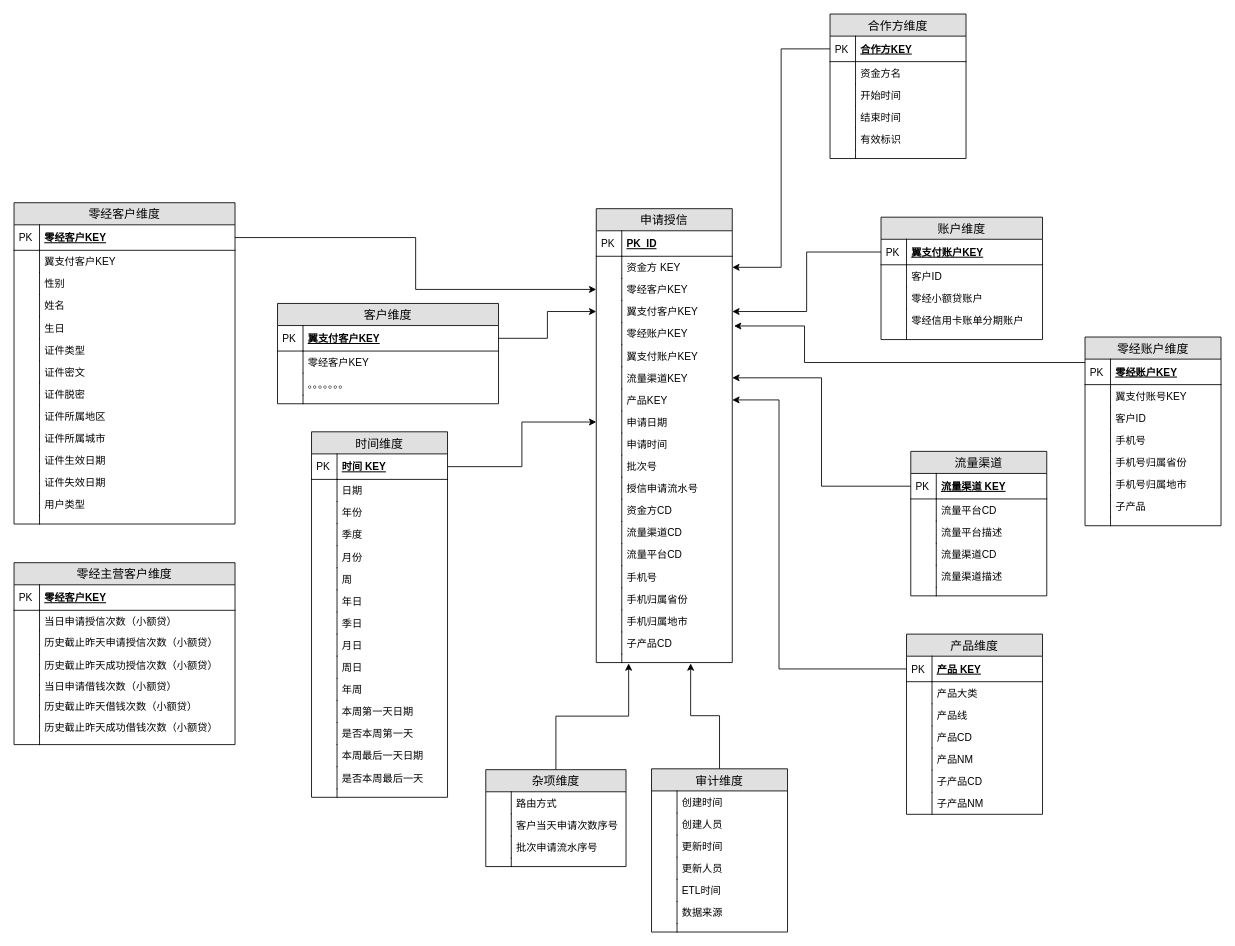
This is page "申请授信" (1 of 2) of 授信域.drawio from CarryNi/Orange, a draw.io file, before an edit. Source tidied: cells renumbered, new cells numbered last; positions are measured from the earlier drawing's top-left corner, leaving out a move shared by most shapes. Both pictures are drawn from the tidied source at 85%, with x=0, y=0 at pixel (14, 14).
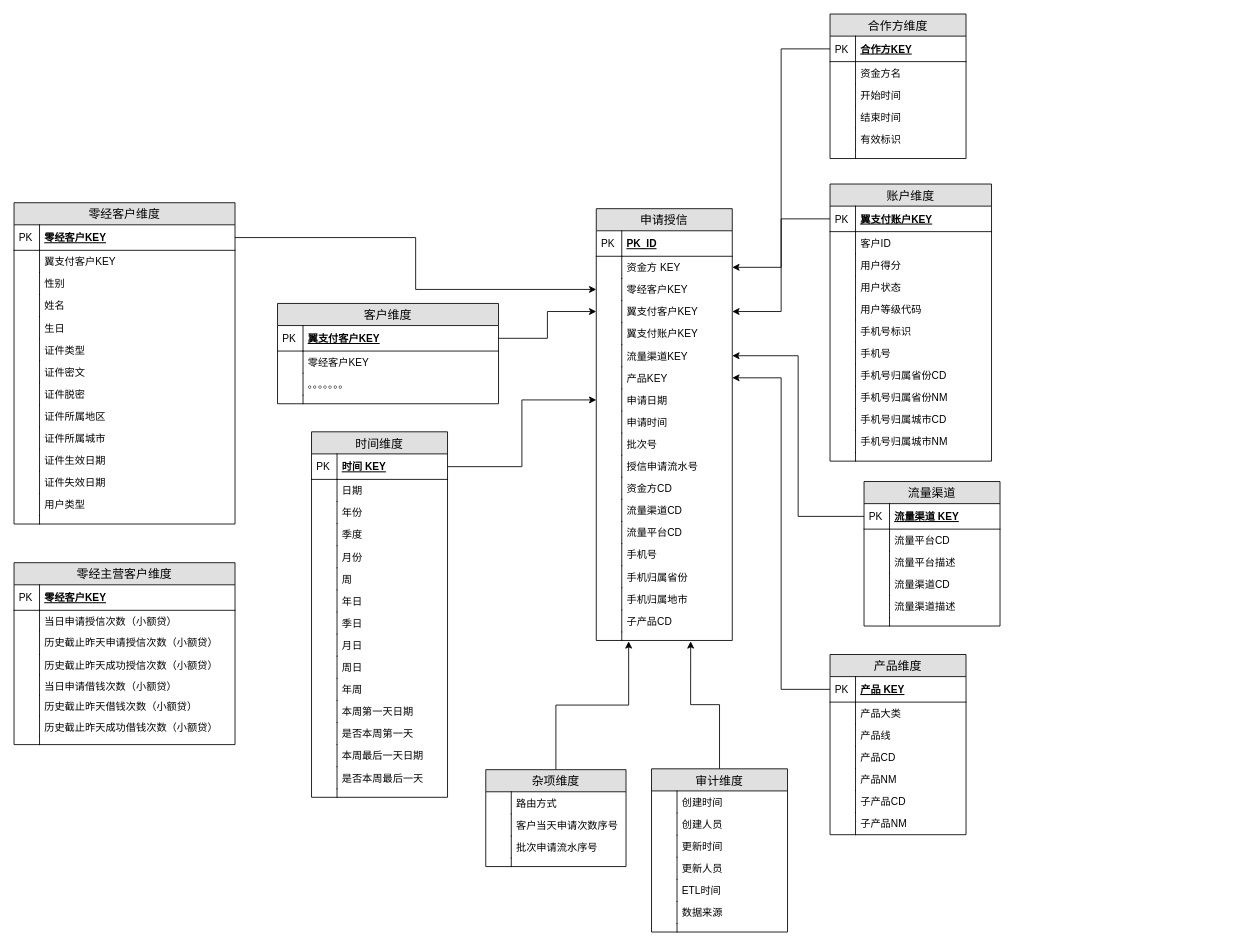
The same page after the edit.

The change refers to these unchanged cells:
```xml
<mxCell id="219" value="产品 KEY" style="shape=partialRectangle;top=0;left=0;right=0;bottom=1;align=left;verticalAlign=middle;fillColor=none;spacingLeft=34;spacingRight=4;overflow=hidden;points=[[0,0.5],[1,0.5]];portConstraint=eastwest;fontStyle=5;fontSize=12;" parent="218" vertex="1">
  <mxGeometry y="26" width="160" height="30" as="geometry" />
</mxCell>
```

Diff of the diagram source:
```diff
@@
     <mxCell id="2" value="申请授信" style="swimlane;fontStyle=0;horizontal=1;startSize=26;fillColor=#e0e0e0;swimlaneFillColor=#ffffff;align=center;fontSize=14;" parent="1" vertex="1">
-      <mxGeometry x="685" y="229" width="160" height="534" as="geometry" />
+      <mxGeometry x="685" y="229" width="160" height="508" as="geometry" />
     </mxCell>
@@
-    <mxCell id="11" value="零经账户KEY" style="shape=partialRectangle;top=0;left=0;right=0;bottom=0;align=left;verticalAlign=top;fillColor=none;spacingLeft=34;spacingRight=4;overflow=hidden;points=[[0,0.5],[1,0.5]];portConstraint=eastwest;fontSize=12;" parent="2" vertex="1">
-      <mxGeometry y="134" width="160" height="26" as="geometry" />
-    </mxCell>
-    <mxCell id="12" style="shape=partialRectangle;top=0;left=0;bottom=0;fillColor=none;align=left;verticalAlign=top;spacingLeft=4;spacingRight=4;overflow=hidden;fontSize=12;" parent="11" vertex="1">
-      <mxGeometry width="30" height="26" as="geometry" />
-    </mxCell>
     <mxCell id="13" value="翼支付账户KEY" style="shape=partialRectangle;top=0;left=0;right=0;bottom=0;align=left;verticalAlign=top;fillColor=none;spacingLeft=34;spacingRight=4;overflow=hidden;fontSize=12;" parent="2" vertex="1">
-      <mxGeometry y="160" width="160" height="26" as="geometry" />
+      <mxGeometry y="134" width="160" height="26" as="geometry" />
     </mxCell>
@@
     <mxCell id="15" value="流量渠道KEY" style="shape=partialRectangle;top=0;left=0;right=0;bottom=0;align=left;verticalAlign=top;fillColor=none;spacingLeft=34;spacingRight=4;overflow=hidden;points=[[0,0.5],[1,0.5]];portConstraint=eastwest;fontSize=12;" parent="2" vertex="1">
-      <mxGeometry y="186" width="160" height="26" as="geometry" />
+      <mxGeometry y="160" width="160" height="26" as="geometry" />
     </mxCell>
@@
     <mxCell id="17" value="产品KEY" style="shape=partialRectangle;top=0;left=0;right=0;bottom=0;align=left;verticalAlign=top;fillColor=none;spacingLeft=34;spacingRight=4;overflow=hidden;points=[[0,0.5],[1,0.5]];portConstraint=eastwest;fontSize=12;" parent="2" vertex="1">
-      <mxGeometry y="212" width="160" height="26" as="geometry" />
+      <mxGeometry y="186" width="160" height="26" as="geometry" />
     </mxCell>
@@
     <mxCell id="19" value="申请日期" style="shape=partialRectangle;top=0;left=0;right=0;bottom=0;align=left;verticalAlign=top;fillColor=none;spacingLeft=34;spacingRight=4;overflow=hidden;points=[[0,0.5],[1,0.5]];portConstraint=eastwest;fontSize=12;" parent="2" vertex="1">
-      <mxGeometry y="238" width="160" height="26" as="geometry" />
+      <mxGeometry y="212" width="160" height="26" as="geometry" />
     </mxCell>
@@
     <mxCell id="21" value="申请时间" style="shape=partialRectangle;top=0;left=0;right=0;bottom=0;align=left;verticalAlign=top;fillColor=none;spacingLeft=34;spacingRight=4;overflow=hidden;fontSize=12;" parent="2" vertex="1">
-      <mxGeometry y="264" width="160" height="26" as="geometry" />
+      <mxGeometry y="238" width="160" height="26" as="geometry" />
     </mxCell>
@@
     <mxCell id="23" value="批次号" style="shape=partialRectangle;top=0;left=0;right=0;bottom=0;align=left;verticalAlign=top;fillColor=none;spacingLeft=34;spacingRight=4;overflow=hidden;fontSize=12;" parent="2" vertex="1">
-      <mxGeometry y="290" width="160" height="26" as="geometry" />
+      <mxGeometry y="264" width="160" height="26" as="geometry" />
     </mxCell>
@@
     <mxCell id="25" value="授信申请流水号" style="shape=partialRectangle;top=0;left=0;right=0;bottom=0;align=left;verticalAlign=top;fillColor=none;spacingLeft=34;spacingRight=4;overflow=hidden;fontSize=12;" parent="2" vertex="1">
-      <mxGeometry y="316" width="160" height="26" as="geometry" />
+      <mxGeometry y="290" width="160" height="26" as="geometry" />
     </mxCell>
@@
     <mxCell id="27" value="资金方CD" style="shape=partialRectangle;top=0;left=0;right=0;bottom=0;align=left;verticalAlign=top;fillColor=none;spacingLeft=34;spacingRight=4;overflow=hidden;fontSize=12;" parent="2" vertex="1">
-      <mxGeometry y="342" width="160" height="26" as="geometry" />
+      <mxGeometry y="316" width="160" height="26" as="geometry" />
     </mxCell>
@@
     <mxCell id="29" value="流量渠道CD" style="shape=partialRectangle;top=0;left=0;right=0;bottom=0;align=left;verticalAlign=top;fillColor=none;spacingLeft=34;spacingRight=4;overflow=hidden;fontSize=12;" parent="2" vertex="1">
-      <mxGeometry y="368" width="160" height="26" as="geometry" />
+      <mxGeometry y="342" width="160" height="26" as="geometry" />
     </mxCell>
@@
     <mxCell id="31" value="流量平台CD" style="shape=partialRectangle;top=0;left=0;right=0;bottom=0;align=left;verticalAlign=top;fillColor=none;spacingLeft=34;spacingRight=4;overflow=hidden;fontSize=12;" parent="2" vertex="1">
-      <mxGeometry y="394" width="160" height="26" as="geometry" />
+      <mxGeometry y="368" width="160" height="26" as="geometry" />
     </mxCell>
@@
     <mxCell id="33" value="手机号" style="shape=partialRectangle;top=0;left=0;right=0;bottom=0;align=left;verticalAlign=top;fillColor=none;spacingLeft=34;spacingRight=4;overflow=hidden;fontSize=12;" parent="2" vertex="1">
-      <mxGeometry y="420" width="160" height="26" as="geometry" />
+      <mxGeometry y="394" width="160" height="26" as="geometry" />
     </mxCell>
@@
     <mxCell id="35" value="手机归属省份" style="shape=partialRectangle;top=0;left=0;right=0;bottom=0;align=left;verticalAlign=top;fillColor=none;spacingLeft=34;spacingRight=4;overflow=hidden;fontSize=12;" parent="2" vertex="1">
-      <mxGeometry y="446" width="160" height="26" as="geometry" />
+      <mxGeometry y="420" width="160" height="26" as="geometry" />
     </mxCell>
@@
     <mxCell id="37" value="手机归属地市" style="shape=partialRectangle;top=0;left=0;right=0;bottom=0;align=left;verticalAlign=top;fillColor=none;spacingLeft=34;spacingRight=4;overflow=hidden;fontSize=12;" parent="2" vertex="1">
-      <mxGeometry y="472" width="160" height="26" as="geometry" />
+      <mxGeometry y="446" width="160" height="26" as="geometry" />
     </mxCell>
@@
     <mxCell id="39" value="子产品CD" style="shape=partialRectangle;top=0;left=0;right=0;bottom=0;align=left;verticalAlign=top;fillColor=none;spacingLeft=34;spacingRight=4;overflow=hidden;fontSize=12;" parent="2" vertex="1">
-      <mxGeometry y="498" width="160" height="26" as="geometry" />
+      <mxGeometry y="472" width="160" height="26" as="geometry" />
     </mxCell>
@@
     <mxCell id="41" style="shape=partialRectangle;top=0;left=0;right=0;bottom=0;align=left;verticalAlign=top;fillColor=none;spacingLeft=34;spacingRight=4;overflow=hidden;points=[[0,0.5],[1,0.5]];portConstraint=eastwest;fontSize=12;" parent="2" vertex="1">
-      <mxGeometry y="524" width="160" height="10" as="geometry" />
+      <mxGeometry y="498" width="160" height="10" as="geometry" />
     </mxCell>
@@
-    <mxCell id="105" value="零经账户维度" style="swimlane;fontStyle=0;horizontal=1;startSize=26;fillColor=#e0e0e0;swimlaneFillColor=#ffffff;align=center;fontSize=14;" parent="1" vertex="1">
-      <mxGeometry x="1260" y="380" width="160" height="222" as="geometry" />
-    </mxCell>
-    <mxCell id="106" value="零经账户KEY" style="shape=partialRectangle;top=0;left=0;right=0;bottom=1;align=left;verticalAlign=middle;fillColor=none;spacingLeft=34;spacingRight=4;overflow=hidden;points=[[0,0.5],[1,0.5]];portConstraint=eastwest;fontStyle=5;fontSize=12;" parent="105" vertex="1">
-      <mxGeometry y="26" width="160" height="30" as="geometry" />
-    </mxCell>
-    <mxCell id="107" value="PK" style="shape=partialRectangle;top=0;left=0;bottom=0;fillColor=none;align=left;verticalAlign=middle;spacingLeft=4;spacingRight=4;overflow=hidden;fontSize=12;" parent="106" vertex="1">
-      <mxGeometry width="30" height="30" as="geometry" />
-    </mxCell>
-    <mxCell id="108" value="翼支付账号KEY" style="shape=partialRectangle;top=0;left=0;right=0;bottom=0;align=left;verticalAlign=top;fillColor=none;spacingLeft=34;spacingRight=4;overflow=hidden;fontSize=12;" parent="105" vertex="1">
-      <mxGeometry y="56" width="160" height="26" as="geometry" />
-    </mxCell>
-    <mxCell id="109" style="shape=partialRectangle;top=0;left=0;bottom=0;fillColor=none;align=left;verticalAlign=top;spacingLeft=4;spacingRight=4;overflow=hidden;fontSize=12;" parent="108" vertex="1">
-      <mxGeometry width="30" height="26" as="geometry" />
-    </mxCell>
-    <mxCell id="110" value="客户ID" style="shape=partialRectangle;top=0;left=0;right=0;bottom=0;align=left;verticalAlign=top;fillColor=none;spacingLeft=34;spacingRight=4;overflow=hidden;fontSize=12;" parent="105" vertex="1">
-      <mxGeometry y="82" width="160" height="26" as="geometry" />
-    </mxCell>
-    <mxCell id="111" style="shape=partialRectangle;top=0;left=0;bottom=0;fillColor=none;align=left;verticalAlign=top;spacingLeft=4;spacingRight=4;overflow=hidden;fontSize=12;" parent="110" vertex="1">
-      <mxGeometry width="30" height="26" as="geometry" />
-    </mxCell>
-    <mxCell id="112" value="手机号" style="shape=partialRectangle;top=0;left=0;right=0;bottom=0;align=left;verticalAlign=top;fillColor=none;spacingLeft=34;spacingRight=4;overflow=hidden;fontSize=12;" parent="105" vertex="1">
-      <mxGeometry y="108" width="160" height="26" as="geometry" />
-    </mxCell>
-    <mxCell id="113" style="shape=partialRectangle;top=0;left=0;bottom=0;fillColor=none;align=left;verticalAlign=top;spacingLeft=4;spacingRight=4;overflow=hidden;fontSize=12;" parent="112" vertex="1">
-      <mxGeometry width="30" height="26" as="geometry" />
-    </mxCell>
-    <mxCell id="114" value="手机号归属省份" style="shape=partialRectangle;top=0;left=0;right=0;bottom=0;align=left;verticalAlign=top;fillColor=none;spacingLeft=34;spacingRight=4;overflow=hidden;fontSize=12;" parent="105" vertex="1">
-      <mxGeometry y="134" width="160" height="26" as="geometry" />
-    </mxCell>
-    <mxCell id="115" style="shape=partialRectangle;top=0;left=0;bottom=0;fillColor=none;align=left;verticalAlign=top;spacingLeft=4;spacingRight=4;overflow=hidden;fontSize=12;" parent="114" vertex="1">
-      <mxGeometry width="30" height="26" as="geometry" />
-    </mxCell>
-    <mxCell id="116" value="手机号归属地市" style="shape=partialRectangle;top=0;left=0;right=0;bottom=0;align=left;verticalAlign=top;fillColor=none;spacingLeft=34;spacingRight=4;overflow=hidden;fontSize=12;" parent="105" vertex="1">
-      <mxGeometry y="160" width="160" height="26" as="geometry" />
-    </mxCell>
-    <mxCell id="117" style="shape=partialRectangle;top=0;left=0;bottom=0;fillColor=none;align=left;verticalAlign=top;spacingLeft=4;spacingRight=4;overflow=hidden;fontSize=12;" parent="116" vertex="1">
-      <mxGeometry width="30" height="26" as="geometry" />
-    </mxCell>
-    <mxCell id="118" value="子产品" style="shape=partialRectangle;top=0;left=0;right=0;bottom=0;align=left;verticalAlign=top;fillColor=none;spacingLeft=34;spacingRight=4;overflow=hidden;fontSize=12;" parent="105" vertex="1">
-      <mxGeometry y="186" width="160" height="26" as="geometry" />
-    </mxCell>
-    <mxCell id="119" style="shape=partialRectangle;top=0;left=0;bottom=0;fillColor=none;align=left;verticalAlign=top;spacingLeft=4;spacingRight=4;overflow=hidden;fontSize=12;" parent="118" vertex="1">
-      <mxGeometry width="30" height="26" as="geometry" />
-    </mxCell>
-    <mxCell id="120" style="shape=partialRectangle;top=0;left=0;right=0;bottom=0;align=left;verticalAlign=top;fillColor=none;spacingLeft=34;spacingRight=4;overflow=hidden;fontSize=12;" parent="105" vertex="1">
-      <mxGeometry y="212" width="160" height="10" as="geometry" />
-    </mxCell>
-    <mxCell id="121" style="shape=partialRectangle;top=0;left=0;bottom=0;fillColor=none;align=left;verticalAlign=top;spacingLeft=4;spacingRight=4;overflow=hidden;fontSize=12;" parent="120" vertex="1">
-      <mxGeometry width="30" height="10" as="geometry" />
-    </mxCell>
     <mxCell id="122" value="流量渠道" style="swimlane;fontStyle=0;horizontal=1;startSize=26;fillColor=#e0e0e0;swimlaneFillColor=#ffffff;align=center;fontSize=14;" parent="1" vertex="1">
-      <mxGeometry x="1055" y="514.5" width="160" height="170" as="geometry" />
+      <mxGeometry x="1000" y="550" width="160" height="170" as="geometry" />
     </mxCell>
@@
     <mxCell id="147" value="账户维度" style="swimlane;fontStyle=0;horizontal=1;startSize=26;fillColor=#e0e0e0;swimlaneFillColor=#ffffff;align=center;fontSize=14;" parent="1" vertex="1">
-      <mxGeometry x="1020" y="239" width="190" height="144" as="geometry" />
+      <mxGeometry x="960" y="200" width="190" height="326" as="geometry" />
     </mxCell>
@@
-    <mxCell id="152" value="零经小额贷账户" style="shape=partialRectangle;top=0;left=0;right=0;bottom=0;align=left;verticalAlign=top;fillColor=none;spacingLeft=34;spacingRight=4;overflow=hidden;fontSize=12;" parent="147" vertex="1">
-      <mxGeometry y="82" width="190" height="26" as="geometry" />
-    </mxCell>
-    <mxCell id="153" style="shape=partialRectangle;top=0;left=0;bottom=0;fillColor=none;align=left;verticalAlign=top;spacingLeft=4;spacingRight=4;overflow=hidden;fontSize=12;" parent="152" vertex="1">
-      <mxGeometry width="30" height="26" as="geometry" />
-    </mxCell>
-    <mxCell id="154" value="零经信用卡账单分期账户" style="shape=partialRectangle;top=0;left=0;right=0;bottom=0;align=left;verticalAlign=top;fillColor=none;spacingLeft=34;spacingRight=4;overflow=hidden;fontSize=12;" parent="147" vertex="1">
-      <mxGeometry y="108" width="190" height="26" as="geometry" />
+    <mxCell id="154" value="用户得分" style="shape=partialRectangle;top=0;left=0;right=0;bottom=0;align=left;verticalAlign=top;fillColor=none;spacingLeft=34;spacingRight=4;overflow=hidden;fontSize=12;" parent="147" vertex="1">
+      <mxGeometry y="82" width="190" height="26" as="geometry" />
     </mxCell>
@@
+    <mxCell id="234" value="用户状态" style="shape=partialRectangle;top=0;left=0;right=0;bottom=0;align=left;verticalAlign=top;fillColor=none;spacingLeft=34;spacingRight=4;overflow=hidden;fontSize=12;" parent="147" vertex="1">
+      <mxGeometry y="108" width="190" height="26" as="geometry" />
+    </mxCell>
+    <mxCell id="235" style="shape=partialRectangle;top=0;left=0;bottom=0;fillColor=none;align=left;verticalAlign=top;spacingLeft=4;spacingRight=4;overflow=hidden;fontSize=12;" parent="234" vertex="1">
+      <mxGeometry width="30" height="26" as="geometry" />
+    </mxCell>
+    <mxCell id="236" value="用户等级代码" style="shape=partialRectangle;top=0;left=0;right=0;bottom=0;align=left;verticalAlign=top;fillColor=none;spacingLeft=34;spacingRight=4;overflow=hidden;fontSize=12;" parent="147" vertex="1">
+      <mxGeometry y="134" width="190" height="26" as="geometry" />
+    </mxCell>
+    <mxCell id="237" style="shape=partialRectangle;top=0;left=0;bottom=0;fillColor=none;align=left;verticalAlign=top;spacingLeft=4;spacingRight=4;overflow=hidden;fontSize=12;" parent="236" vertex="1">
+      <mxGeometry width="30" height="26" as="geometry" />
+    </mxCell>
+    <mxCell id="238" value="手机号标识" style="shape=partialRectangle;top=0;left=0;right=0;bottom=0;align=left;verticalAlign=top;fillColor=none;spacingLeft=34;spacingRight=4;overflow=hidden;fontSize=12;" parent="147" vertex="1">
+      <mxGeometry y="160" width="190" height="26" as="geometry" />
+    </mxCell>
+    <mxCell id="239" style="shape=partialRectangle;top=0;left=0;bottom=0;fillColor=none;align=left;verticalAlign=top;spacingLeft=4;spacingRight=4;overflow=hidden;fontSize=12;" parent="238" vertex="1">
+      <mxGeometry width="30" height="26" as="geometry" />
+    </mxCell>
+    <mxCell id="112" value="手机号" style="shape=partialRectangle;top=0;left=0;right=0;bottom=0;align=left;verticalAlign=top;fillColor=none;spacingLeft=34;spacingRight=4;overflow=hidden;fontSize=12;" parent="147" vertex="1">
+      <mxGeometry y="186" width="190" height="26" as="geometry" />
+    </mxCell>
+    <mxCell id="240" style="shape=partialRectangle;top=0;left=0;bottom=0;fillColor=none;align=left;verticalAlign=top;spacingLeft=4;spacingRight=4;overflow=hidden;fontSize=12;" parent="112" vertex="1">
+      <mxGeometry width="30" height="26" as="geometry" />
+    </mxCell>
+    <mxCell id="241" value="手机号归属省份CD" style="shape=partialRectangle;top=0;left=0;right=0;bottom=0;align=left;verticalAlign=top;fillColor=none;spacingLeft=34;spacingRight=4;overflow=hidden;fontSize=12;" parent="147" vertex="1">
+      <mxGeometry y="212" width="190" height="26" as="geometry" />
+    </mxCell>
+    <mxCell id="242" style="shape=partialRectangle;top=0;left=0;bottom=0;fillColor=none;align=left;verticalAlign=top;spacingLeft=4;spacingRight=4;overflow=hidden;fontSize=12;" parent="241" vertex="1">
+      <mxGeometry width="30" height="26" as="geometry" />
+    </mxCell>
+    <mxCell id="243" value="手机号归属省份NM" style="shape=partialRectangle;top=0;left=0;right=0;bottom=0;align=left;verticalAlign=top;fillColor=none;spacingLeft=34;spacingRight=4;overflow=hidden;fontSize=12;" parent="147" vertex="1">
+      <mxGeometry y="238" width="190" height="26" as="geometry" />
+    </mxCell>
+    <mxCell id="244" style="shape=partialRectangle;top=0;left=0;bottom=0;fillColor=none;align=left;verticalAlign=top;spacingLeft=4;spacingRight=4;overflow=hidden;fontSize=12;" parent="243" vertex="1">
+      <mxGeometry width="30" height="26" as="geometry" />
+    </mxCell>
+    <mxCell id="245" value="手机号归属城市CD" style="shape=partialRectangle;top=0;left=0;right=0;bottom=0;align=left;verticalAlign=top;fillColor=none;spacingLeft=34;spacingRight=4;overflow=hidden;fontSize=12;" parent="147" vertex="1">
+      <mxGeometry y="264" width="190" height="26" as="geometry" />
+    </mxCell>
+    <mxCell id="246" style="shape=partialRectangle;top=0;left=0;bottom=0;fillColor=none;align=left;verticalAlign=top;spacingLeft=4;spacingRight=4;overflow=hidden;fontSize=12;" parent="245" vertex="1">
+      <mxGeometry width="30" height="26" as="geometry" />
+    </mxCell>
+    <mxCell id="247" value="手机号归属城市NM" style="shape=partialRectangle;top=0;left=0;right=0;bottom=0;align=left;verticalAlign=top;fillColor=none;spacingLeft=34;spacingRight=4;overflow=hidden;fontSize=12;" parent="147" vertex="1">
+      <mxGeometry y="290" width="190" height="26" as="geometry" />
+    </mxCell>
+    <mxCell id="248" style="shape=partialRectangle;top=0;left=0;bottom=0;fillColor=none;align=left;verticalAlign=top;spacingLeft=4;spacingRight=4;overflow=hidden;fontSize=12;" parent="247" vertex="1">
+      <mxGeometry width="30" height="26" as="geometry" />
+    </mxCell>
     <mxCell id="156" style="shape=partialRectangle;top=0;left=0;right=0;bottom=0;align=left;verticalAlign=top;fillColor=none;spacingLeft=34;spacingRight=4;overflow=hidden;fontSize=12;" parent="147" vertex="1">
-      <mxGeometry y="134" width="190" height="10" as="geometry" />
+      <mxGeometry y="316" width="190" height="10" as="geometry" />
     </mxCell>
@@
-    <mxCell id="159" style="edgeStyle=orthogonalEdgeStyle;rounded=0;jettySize=auto;html=1;entryX=1.013;entryY=0.154;entryDx=0;entryDy=0;entryPerimeter=0;" parent="1" edge="1" source="106" target="11">
-      <mxGeometry relative="1" as="geometry">
-        <Array as="points">
-          <mxPoint x="930" y="410" />
-          <mxPoint x="930" y="367" />
-        </Array>
-      </mxGeometry>
-    </mxCell>
@@
     <mxCell id="218" value="产品维度" style="swimlane;fontStyle=0;horizontal=1;startSize=26;fillColor=#e0e0e0;swimlaneFillColor=#ffffff;align=center;fontSize=14;" parent="1" vertex="1">
-      <mxGeometry x="1050" y="729.5" width="160" height="212" as="geometry" />
+      <mxGeometry x="960" y="753.5" width="160" height="212" as="geometry" />
     </mxCell>
@@
-    <mxCell id="233" style="edgeStyle=orthogonalEdgeStyle;rounded=0;jettySize=auto;html=1;entryX=1;entryY=0.5;entryDx=0;entryDy=0;" parent="1" edge="1" source="219" target="17">
-      <mxGeometry relative="1" as="geometry">
-        <Array as="points">
-          <mxPoint x="900" y="771" />
-          <mxPoint x="900" y="454" />
-        </Array>
-      </mxGeometry>
+    <mxCell id="233" style="edgeStyle=orthogonalEdgeStyle;rounded=0;jettySize=auto;html=1;exitX=0;exitY=0.5;exitDx=0;exitDy=0;" parent="1" edge="1" source="219" target="17">
+      <mxGeometry relative="1" as="geometry" />
     </mxCell>
```
